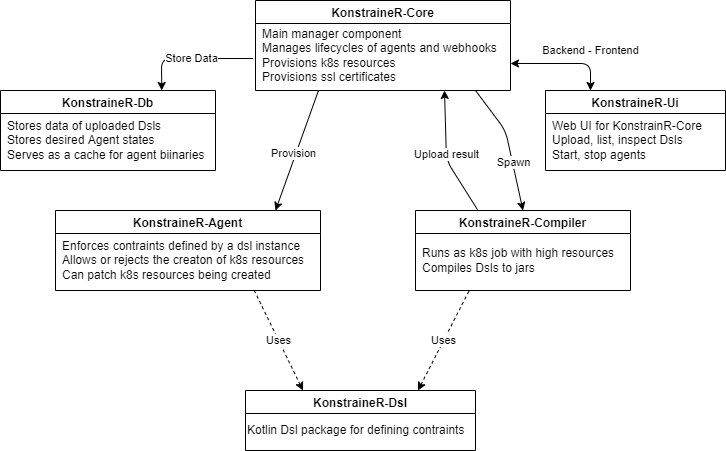
Before: doc/src/content_real/25_archPlan/xarch.png, a diagram exported from draw.io (Tiegris/KonstrainR). Source tidied: cells renumbered, new cells last; positions are measured from the earlier drawing's top-left corner, leaving out a move shared by most shapes.
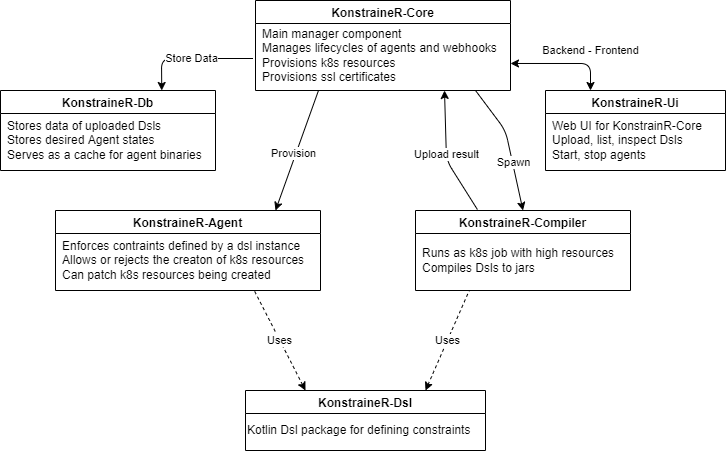
The same file after the commit.

Change to the diagram source:
```diff
@@ -17,7 +17,7 @@
     <mxCell id="6" value="KonstraineR-Db" style="swimlane;" parent="1" vertex="1">
       <mxGeometry y="90" width="215" height="80" as="geometry" />
     </mxCell>
-    <mxCell id="7" value="Stores data of uploaded Dsls&lt;br&gt;Stores desired Agent states&lt;br&gt;Serves as a cache for agent biinaries" style="text;html=1;align=left;verticalAlign=middle;strokeColor=none;fillColor=none;" parent="6" vertex="1">
+    <mxCell id="7" value="Stores data of uploaded Dsls&lt;br&gt;Stores desired Agent states&lt;br&gt;Serves as a cache for agent binaries" style="text;html=1;align=left;verticalAlign=middle;strokeColor=none;fillColor=none;" parent="6" vertex="1">
       <mxGeometry x="5" y="25" width="210" height="50" as="geometry" />
     </mxCell>
     <mxCell id="8" value="KonstraineR-Compiler" style="swimlane;" parent="1" vertex="1">
@@ -33,10 +33,10 @@
       <mxGeometry x="5" y="25" width="260" height="50" as="geometry" />
     </mxCell>
     <mxCell id="12" value="KonstraineR-Dsl" style="swimlane;" parent="1" vertex="1">
-      <mxGeometry x="245" y="390" width="230" height="60" as="geometry" />
+      <mxGeometry x="245" y="390" width="240" height="60" as="geometry" />
     </mxCell>
-    <mxCell id="13" value="Kotlin Dsl package for defining contraints" style="text;html=1;align=left;verticalAlign=middle;strokeColor=none;fillColor=none;" parent="12" vertex="1">
-      <mxGeometry y="30" width="230" height="20" as="geometry" />
+    <mxCell id="13" value="Kotlin Dsl package for defining constraints" style="text;html=1;align=left;verticalAlign=middle;strokeColor=none;fillColor=none;" parent="12" vertex="1">
+      <mxGeometry y="30" width="240" height="20" as="geometry" />
     </mxCell>
     <mxCell id="14" value="Store Data" style="endArrow=none;startArrow=classic;html=1;exitX=0.75;exitY=0;exitDx=0;exitDy=0;entryX=-0.03;entryY=0.55;entryDx=0;entryDy=0;entryPerimeter=0;endFill=0;" parent="1" edge="1" source="6" target="3">
       <mxGeometry relative="1" as="geometry">
```
